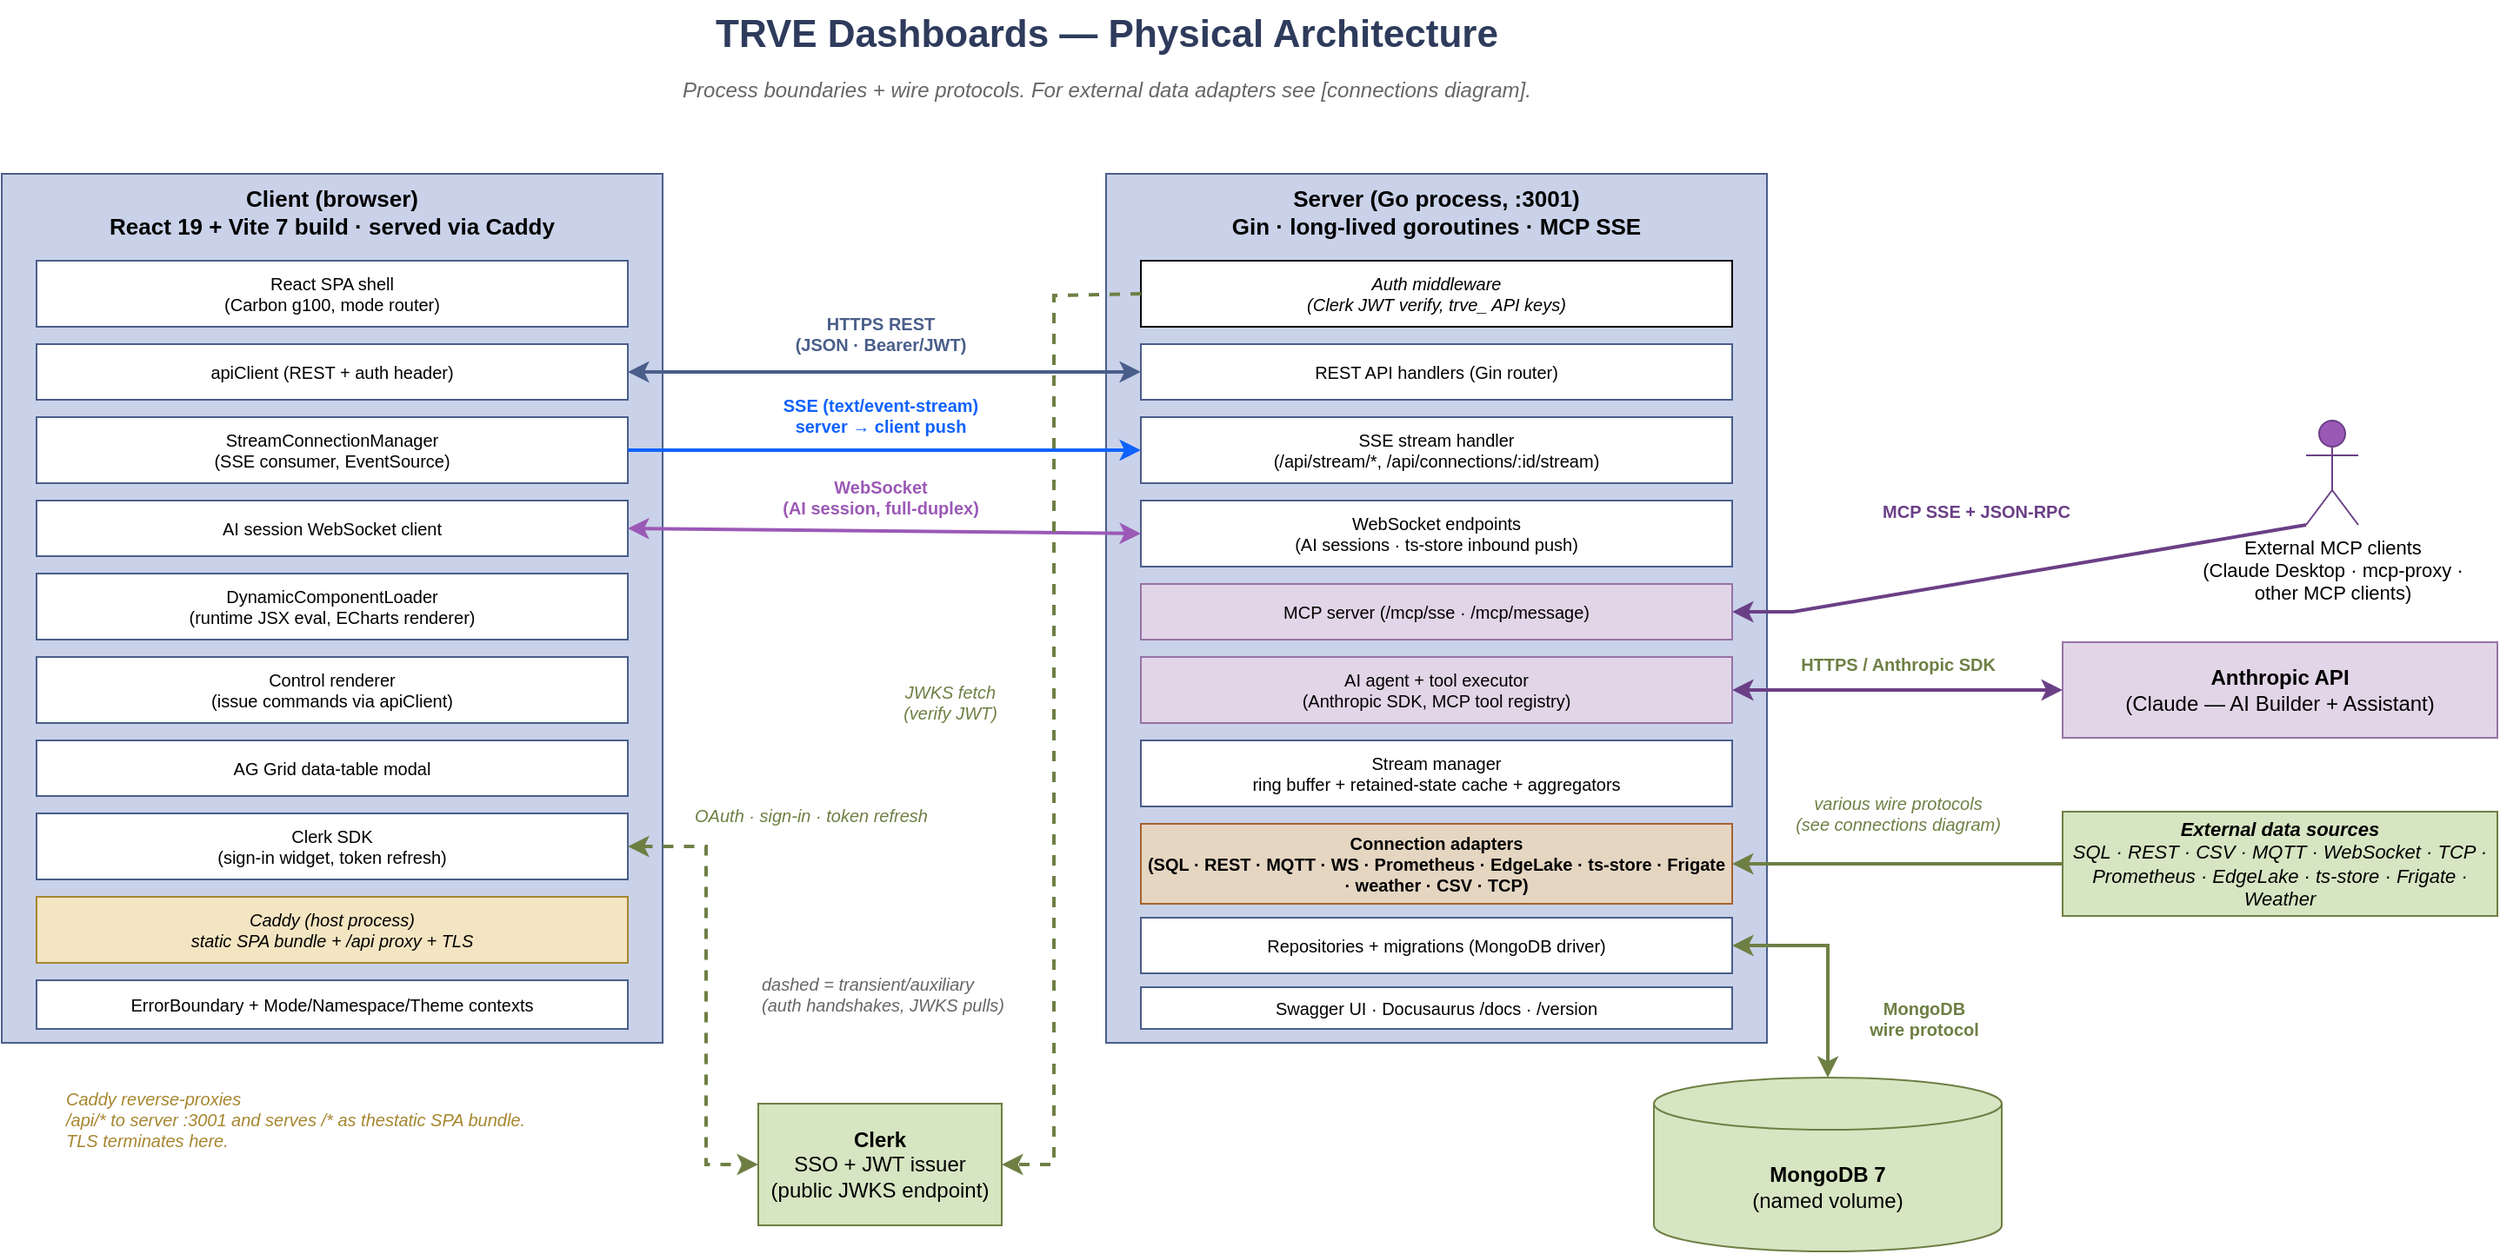
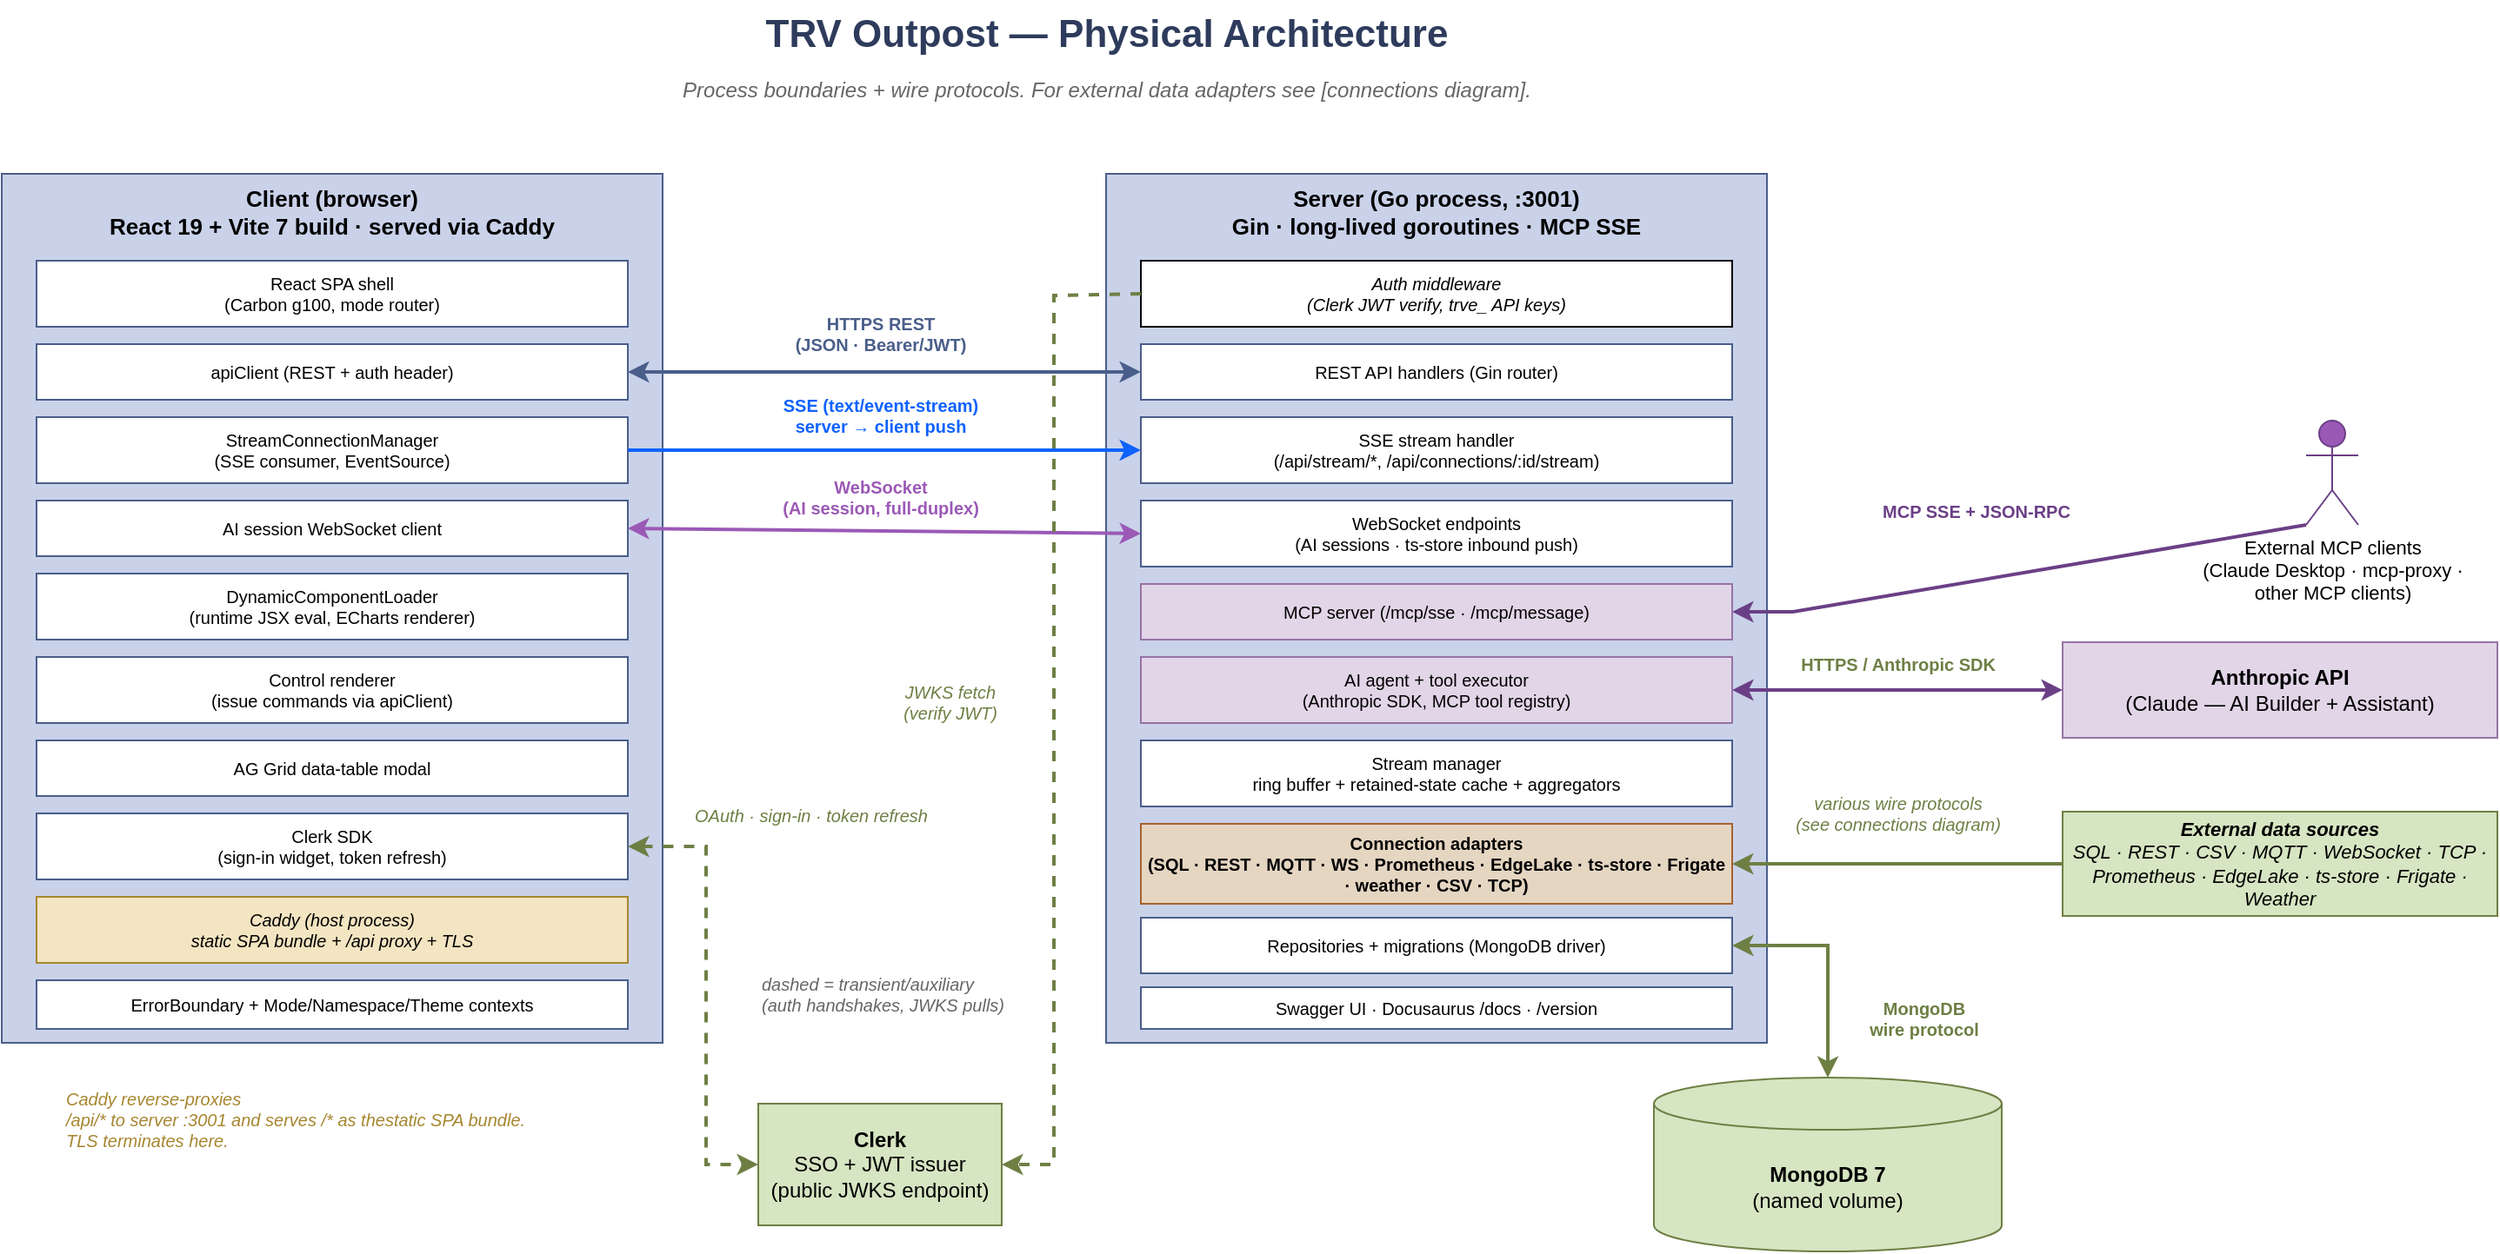
<mxfile host="Electron" modified="2026-05-08T18:44:59.919Z" agent="Mozilla/5.0 (Macintosh; Intel Mac OS X 10_15_7) AppleWebKit/537.36 (KHTML, like Gecko) draw.io/21.3.7 Chrome/112.0.5615.204 Electron/24.5.0 Safari/537.36" version="21.3.7" etag="e5Zm2eatNWb792axoktR" type="device">
  <diagram id="physical-architecture" name="Physical Architecture">
    <mxGraphModel dx="1308" dy="861" grid="1" gridSize="10" guides="1" tooltips="1" connect="1" arrows="0" fold="1" page="1" pageScale="1" pageWidth="1700" pageHeight="1100" background="#FFFFFF" math="0" shadow="0">
      <root>
        <mxCell id="0" />
        <mxCell id="1" parent="0" />
-         <mxCell id="title" value="TRVE Dashboards — Physical Architecture" style="text;html=1;align=center;verticalAlign=middle;fontSize=22;fontStyle=1;fontColor=#2E3B5C;" parent="1" vertex="1">
+         <mxCell id="title" value="TRV Outpost — Physical Architecture" style="text;html=1;align=center;verticalAlign=middle;fontSize=22;fontStyle=1;fontColor=#2E3B5C;" parent="1" vertex="1">
          <mxGeometry x="540" y="30" width="620" height="40" as="geometry" />
        </mxCell>
        <mxCell id="subtitle" value="Process boundaries + wire protocols. For external data adapters see [connections diagram]." style="text;html=1;align=center;verticalAlign=middle;fontSize=12;fontStyle=2;fontColor=#666666;" parent="1" vertex="1">
          <mxGeometry x="500" y="70" width="700" height="24" as="geometry" />
        </mxCell>
        <mxCell id="ext-data" value="&lt;b&gt;External data sources&lt;/b&gt;&lt;br&gt;SQL · REST · CSV · MQTT · WebSocket · TCP · Prometheus · EdgeLake · ts-store · Frigate · Weather" style="rounded=0;whiteSpace=wrap;html=1;fillColor=#D6E5C2;strokeColor=#6E7F44;fontSize=11;fontStyle=2;verticalAlign=middle;align=center;" parent="1" vertex="1">
          <mxGeometry x="1400" y="497" width="250" height="60" as="geometry" />
        </mxCell>
        <mxCell id="client-shell" value="Client (browser)&#xa;React 19 + Vite 7 build · served via Caddy" style="rounded=0;whiteSpace=wrap;html=1;fillColor=#C9D2E9;strokeColor=#4A5E8A;fontSize=13;fontStyle=1;verticalAlign=top;" parent="1" vertex="1">
          <mxGeometry x="215" y="130" width="380" height="500" as="geometry" />
        </mxCell>
        <mxCell id="cli-1" value="React SPA shell&#xa;(Carbon g100, mode router)" style="rounded=0;whiteSpace=wrap;html=1;fillColor=#ffffff;strokeColor=#4A5E8A;fontSize=10;" parent="1" vertex="1">
          <mxGeometry x="235" y="180" width="340" height="38" as="geometry" />
        </mxCell>
        <mxCell id="cli-2" value="apiClient (REST + auth header)" style="rounded=0;whiteSpace=wrap;html=1;fillColor=#ffffff;strokeColor=#4A5E8A;fontSize=10;" parent="1" vertex="1">
          <mxGeometry x="235" y="228" width="340" height="32" as="geometry" />
        </mxCell>
        <mxCell id="cli-3" value="StreamConnectionManager&#xa;(SSE consumer, EventSource)" style="rounded=0;whiteSpace=wrap;html=1;fillColor=#ffffff;strokeColor=#4A5E8A;fontSize=10;" parent="1" vertex="1">
          <mxGeometry x="235" y="270" width="340" height="38" as="geometry" />
        </mxCell>
        <mxCell id="cli-4" value="AI session WebSocket client" style="rounded=0;whiteSpace=wrap;html=1;fillColor=#ffffff;strokeColor=#4A5E8A;fontSize=10;" parent="1" vertex="1">
          <mxGeometry x="235" y="318" width="340" height="32" as="geometry" />
        </mxCell>
        <mxCell id="cli-5" value="DynamicComponentLoader&#xa;(runtime JSX eval, ECharts renderer)" style="rounded=0;whiteSpace=wrap;html=1;fillColor=#ffffff;strokeColor=#4A5E8A;fontSize=10;" parent="1" vertex="1">
          <mxGeometry x="235" y="360" width="340" height="38" as="geometry" />
        </mxCell>
        <mxCell id="cli-6" value="Control renderer&#xa;(issue commands via apiClient)" style="rounded=0;whiteSpace=wrap;html=1;fillColor=#ffffff;strokeColor=#4A5E8A;fontSize=10;" parent="1" vertex="1">
          <mxGeometry x="235" y="408" width="340" height="38" as="geometry" />
        </mxCell>
        <mxCell id="cli-7" value="AG Grid data-table modal" style="rounded=0;whiteSpace=wrap;html=1;fillColor=#ffffff;strokeColor=#4A5E8A;fontSize=10;" parent="1" vertex="1">
          <mxGeometry x="235" y="456" width="340" height="32" as="geometry" />
        </mxCell>
        <mxCell id="cli-8" value="Clerk SDK&#xa;(sign-in widget, token refresh)" style="rounded=0;whiteSpace=wrap;html=1;fillColor=#ffffff;strokeColor=#4A5E8A;fontSize=10;" parent="1" vertex="1">
          <mxGeometry x="235" y="498" width="340" height="38" as="geometry" />
        </mxCell>
        <mxCell id="cli-9" value="Caddy (host process)&#xa;static SPA bundle + /api proxy + TLS" style="rounded=0;whiteSpace=wrap;html=1;fillColor=#F4E5C2;strokeColor=#A6862F;fontSize=10;fontStyle=2;" parent="1" vertex="1">
          <mxGeometry x="235" y="546" width="340" height="38" as="geometry" />
        </mxCell>
        <mxCell id="cli-10" value="ErrorBoundary + Mode/Namespace/Theme contexts" style="rounded=0;whiteSpace=wrap;html=1;fillColor=#ffffff;strokeColor=#4A5E8A;fontSize=10;" parent="1" vertex="1">
          <mxGeometry x="235" y="594" width="340" height="28" as="geometry" />
        </mxCell>
        <mxCell id="server-shell" value="Server (Go process, :3001)&#xa;Gin · long-lived goroutines · MCP SSE" style="rounded=0;whiteSpace=wrap;html=1;fillColor=#C9D2E9;strokeColor=#4A5E8A;fontSize=13;fontStyle=1;verticalAlign=top;" parent="1" vertex="1">
          <mxGeometry x="850" y="130" width="380" height="500" as="geometry" />
        </mxCell>
        <mxCell id="srv-1" value="Auth middleware&#xa;(Clerk JWT verify, trve_ API keys)" style="rounded=0;whiteSpace=wrap;html=1;fontSize=10;fontStyle=2;" parent="1" vertex="1">
          <mxGeometry x="870" y="180" width="340" height="38" as="geometry" />
        </mxCell>
        <mxCell id="srv-2" value="REST API handlers (Gin router)" style="rounded=0;whiteSpace=wrap;html=1;fillColor=#ffffff;strokeColor=#4A5E8A;fontSize=10;" parent="1" vertex="1">
          <mxGeometry x="870" y="228" width="340" height="32" as="geometry" />
        </mxCell>
        <mxCell id="srv-3" value="SSE stream handler&#xa;(/api/stream/*, /api/connections/:id/stream)" style="rounded=0;whiteSpace=wrap;html=1;fillColor=#ffffff;strokeColor=#4A5E8A;fontSize=10;" parent="1" vertex="1">
          <mxGeometry x="870" y="270" width="340" height="38" as="geometry" />
        </mxCell>
        <mxCell id="srv-4" value="WebSocket endpoints&#xa;(AI sessions · ts-store inbound push)" style="rounded=0;whiteSpace=wrap;html=1;fillColor=#ffffff;strokeColor=#4A5E8A;fontSize=10;" parent="1" vertex="1">
          <mxGeometry x="870" y="318" width="340" height="38" as="geometry" />
        </mxCell>
        <mxCell id="srv-5" value="MCP server (/mcp/sse · /mcp/message)" style="rounded=0;whiteSpace=wrap;html=1;fillColor=#e1d5e7;strokeColor=#9673a6;fontSize=10;" parent="1" vertex="1">
          <mxGeometry x="870" y="366" width="340" height="32" as="geometry" />
        </mxCell>
        <mxCell id="srv-6" value="Stream manager&#xa;ring buffer + retained-state cache + aggregators" style="rounded=0;whiteSpace=wrap;html=1;fillColor=#ffffff;strokeColor=#4A5E8A;fontSize=10;" parent="1" vertex="1">
          <mxGeometry x="870" y="456" width="340" height="38" as="geometry" />
        </mxCell>
        <mxCell id="srv-7" value="AI agent + tool executor&#xa;(Anthropic SDK, MCP tool registry)" style="rounded=0;whiteSpace=wrap;html=1;fillColor=#e1d5e7;strokeColor=#9673a6;fontSize=10;" parent="1" vertex="1">
          <mxGeometry x="870" y="408" width="340" height="38" as="geometry" />
        </mxCell>
        <mxCell id="srv-8" value="Connection adapters&#xa;(SQL · REST · MQTT · WS · Prometheus · EdgeLake · ts-store · Frigate · weather · CSV · TCP)" style="rounded=0;whiteSpace=wrap;html=1;fillColor=#E5D6C2;strokeColor=#A6622F;fontSize=10;fontStyle=1;" parent="1" vertex="1">
          <mxGeometry x="870" y="504" width="340" height="46" as="geometry" />
        </mxCell>
        <mxCell id="srv-9" value="Repositories + migrations (MongoDB driver)" style="rounded=0;whiteSpace=wrap;html=1;fillColor=#ffffff;strokeColor=#4A5E8A;fontSize=10;" parent="1" vertex="1">
          <mxGeometry x="870" y="558" width="340" height="32" as="geometry" />
        </mxCell>
        <mxCell id="srv-10" value="Swagger UI · Docusaurus /docs · /version" style="rounded=0;whiteSpace=wrap;html=1;fillColor=#ffffff;strokeColor=#4A5E8A;fontSize=10;" parent="1" vertex="1">
          <mxGeometry x="870" y="598" width="340" height="24" as="geometry" />
        </mxCell>
        <mxCell id="ext-mongo" value="MongoDB 7&lt;br&gt;&lt;span style=&quot;font-weight: normal;&quot;&gt;(named volume)&lt;/span&gt;" style="shape=cylinder3;whiteSpace=wrap;html=1;boundedLbl=1;backgroundOutline=1;size=15;fillColor=#D6E5C2;strokeColor=#6E7F44;fontSize=12;fontStyle=1;" parent="1" vertex="1">
          <mxGeometry x="1165" y="650" width="200" height="100" as="geometry" />
        </mxCell>
        <mxCell id="ext-clerk" value="Clerk&lt;br&gt;&lt;span style=&quot;font-weight: normal;&quot;&gt;SSO + JWT issuer&lt;br&gt;(public JWKS endpoint)&lt;/span&gt;" style="rounded=0;whiteSpace=wrap;html=1;fillColor=#D6E5C2;strokeColor=#6E7F44;fontSize=12;fontStyle=1;" parent="1" vertex="1">
          <mxGeometry x="650" y="665" width="140" height="70" as="geometry" />
        </mxCell>
        <mxCell id="ext-anthropic" value="Anthropic API&lt;br&gt;&lt;span style=&quot;font-weight: normal;&quot;&gt;(Claude — AI Builder + Assistant)&lt;/span&gt;" style="rounded=0;whiteSpace=wrap;html=1;fillColor=#e1d5e7;strokeColor=#9673a6;fontSize=12;fontStyle=1;" parent="1" vertex="1">
          <mxGeometry x="1400" y="399.5" width="250" height="55" as="geometry" />
        </mxCell>
        <mxCell id="wire-extdata" style="endArrow=classic;html=1;rounded=0;exitX=0;exitY=0.5;exitDx=0;exitDy=0;entryX=1;entryY=0.5;entryDx=0;entryDy=0;strokeColor=#6E7F44;strokeWidth=2;" parent="1" source="ext-data" target="srv-8" edge="1">
          <mxGeometry relative="1" as="geometry" />
        </mxCell>
        <mxCell id="wire-extdata-label" value="various wire protocols&#xa;(see connections diagram)" style="text;html=1;align=center;fontSize=10;fontColor=#6E7F44;fontStyle=2;" parent="1" vertex="1">
          <mxGeometry x="1205" y="480" width="200" height="34" as="geometry" />
        </mxCell>
        <mxCell id="wire-rest" style="endArrow=classic;startArrow=classic;html=1;rounded=0;exitX=1;exitY=0.5;exitDx=0;exitDy=0;entryX=0;entryY=0.5;entryDx=0;entryDy=0;strokeColor=#4A5E8A;strokeWidth=2;" parent="1" source="cli-2" target="srv-2" edge="1">
          <mxGeometry relative="1" as="geometry" />
        </mxCell>
        <mxCell id="wire-rest-label" value="HTTPS REST&#xa;(JSON · Bearer/JWT)" style="text;html=1;align=center;fontSize=10;fontColor=#4A5E8A;fontStyle=1;" parent="1" vertex="1">
          <mxGeometry x="640" y="204" width="160" height="34" as="geometry" />
        </mxCell>
        <mxCell id="wire-sse" style="endArrow=classic;html=1;rounded=0;exitX=1;exitY=0.5;exitDx=0;exitDy=0;entryX=0;entryY=0.5;entryDx=0;entryDy=0;strokeColor=#0F62FE;strokeWidth=2;dashed=0;" parent="1" source="cli-3" target="srv-3" edge="1">
          <mxGeometry relative="1" as="geometry" />
        </mxCell>
        <mxCell id="wire-sse-label" value="SSE (text/event-stream)&#xa;server → client push" style="text;html=1;align=center;fontSize=10;fontColor=#0F62FE;fontStyle=1;" parent="1" vertex="1">
          <mxGeometry x="640" y="251" width="160" height="34" as="geometry" />
        </mxCell>
        <mxCell id="wire-ws" style="endArrow=classic;startArrow=classic;html=1;rounded=0;exitX=1;exitY=0.5;exitDx=0;exitDy=0;entryX=0;entryY=0.5;entryDx=0;entryDy=0;strokeColor=#9B59B6;strokeWidth=2;" parent="1" source="cli-4" target="srv-4" edge="1">
          <mxGeometry relative="1" as="geometry" />
        </mxCell>
        <mxCell id="wire-ws-label" value="WebSocket&#xa;(AI session, full-duplex)" style="text;html=1;align=center;fontSize=10;fontColor=#9B59B6;fontStyle=1;" parent="1" vertex="1">
          <mxGeometry x="640" y="298" width="160" height="34" as="geometry" />
        </mxCell>
        <mxCell id="ext-mcp" value="External MCP clients&#xa;(Claude Desktop · mcp-proxy ·&#xa;other MCP clients)" style="shape=umlActor;verticalLabelPosition=bottom;labelBackgroundColor=#ffffff;verticalAlign=top;html=1;fontSize=11;fillColor=#9B59B6;strokeColor=#6B3F86;" parent="1" vertex="1">
          <mxGeometry x="1540" y="272" width="30" height="60" as="geometry" />
        </mxCell>
        <mxCell id="wire-mcp" style="endArrow=classic;html=1;rounded=0;exitX=0;exitY=1;exitDx=0;exitDy=0;entryX=1;entryY=0.5;entryDx=0;entryDy=0;strokeColor=#6B3F86;strokeWidth=2;" parent="1" source="ext-mcp" target="srv-5" edge="1">
          <mxGeometry relative="1" as="geometry">
            <Array as="points">
              <mxPoint x="1245" y="382" />
            </Array>
          </mxGeometry>
        </mxCell>
        <mxCell id="wire-mcp-label" value="MCP SSE + JSON-RPC" style="text;html=1;align=center;fontSize=10;fontColor=#6B3F86;fontStyle=1;" parent="1" vertex="1">
          <mxGeometry x="1260" y="312" width="180" height="20" as="geometry" />
        </mxCell>
        <mxCell id="wire-mongo" style="endArrow=classic;startArrow=classic;html=1;rounded=0;exitX=1;exitY=0.5;exitDx=0;exitDy=0;strokeColor=#6E7F44;strokeWidth=2;entryX=0.5;entryY=0;entryDx=0;entryDy=0;entryPerimeter=0;" parent="1" source="srv-9" target="ext-mongo" edge="1">
          <mxGeometry relative="1" as="geometry">
            <Array as="points">
              <mxPoint x="1265" y="574" />
            </Array>
            <mxPoint x="1250" y="780" as="targetPoint" />
          </mxGeometry>
        </mxCell>
        <mxCell id="wire-mongo-label" value="MongoDB &lt;br&gt;wire protocol" style="text;html=1;align=center;fontSize=10;fontColor=#6E7F44;fontStyle=1;" parent="1" vertex="1">
          <mxGeometry x="1280" y="598" width="80" height="38" as="geometry" />
        </mxCell>
        <mxCell id="wire-clerk-srv" style="endArrow=classic;html=1;rounded=0;exitX=0;exitY=0.5;exitDx=0;exitDy=0;entryX=1;entryY=0.5;entryDx=0;entryDy=0;strokeColor=#6E7F44;strokeWidth=2;dashed=1;" parent="1" source="srv-1" target="ext-clerk" edge="1">
          <mxGeometry relative="1" as="geometry">
            <Array as="points">
              <mxPoint x="820" y="200" />
              <mxPoint x="820" y="700" />
            </Array>
          </mxGeometry>
        </mxCell>
        <mxCell id="wire-clerk-srv-label" value="JWKS fetch&#xa;(verify JWT)" style="text;html=1;align=center;fontSize=10;fontColor=#6E7F44;fontStyle=2;" parent="1" vertex="1">
          <mxGeometry x="710" y="416" width="100" height="30" as="geometry" />
        </mxCell>
        <mxCell id="wire-clerk-cli" style="endArrow=classic;startArrow=classic;html=1;rounded=0;exitX=1;exitY=0.5;exitDx=0;exitDy=0;entryX=0;entryY=0.5;entryDx=0;entryDy=0;strokeColor=#6E7F44;strokeWidth=2;dashed=1;" parent="1" source="cli-8" target="ext-clerk" edge="1">
          <mxGeometry relative="1" as="geometry">
            <Array as="points">
              <mxPoint x="620" y="517" />
              <mxPoint x="620" y="700" />
            </Array>
          </mxGeometry>
        </mxCell>
        <mxCell id="wire-clerk-cli-label" value="OAuth · sign-in · token refresh" style="text;html=1;align=center;fontSize=10;fontColor=#6E7F44;fontStyle=2;" parent="1" vertex="1">
          <mxGeometry x="570" y="487" width="220" height="20" as="geometry" />
        </mxCell>
        <mxCell id="wire-anthropic" style="endArrow=classic;startArrow=classic;html=1;rounded=0;exitX=1;exitY=0.5;exitDx=0;exitDy=0;entryX=0;entryY=0.5;entryDx=0;entryDy=0;strokeColor=#6B3F86;strokeWidth=2;fillColor=#e1d5e7;" parent="1" source="srv-7" target="ext-anthropic" edge="1">
          <mxGeometry relative="1" as="geometry" />
        </mxCell>
        <mxCell id="wire-anthropic-label" value="HTTPS / Anthropic SDK" style="text;html=1;align=center;fontSize=10;fontColor=#6E7F44;fontStyle=1;" parent="1" vertex="1">
          <mxGeometry x="1235" y="399.5" width="140" height="20" as="geometry" />
        </mxCell>
        <mxCell id="caddy-note" value="Caddy reverse-proxies&lt;br&gt;/api/* to server :3001 and serves /* as thestatic SPA bundle.&lt;br&gt;TLS terminates here." style="text;html=1;align=left;fontSize=10;fontStyle=2;fontColor=#A6862F;" parent="1" vertex="1">
          <mxGeometry x="250" y="650" width="240" height="60" as="geometry" />
        </mxCell>
        <mxCell id="legend-dashed" value="dashed = transient/auxiliary &lt;br&gt;(auth handshakes, JWKS pulls)" style="text;html=1;align=left;fontSize=10;fontColor=#666666;fontStyle=2;" parent="1" vertex="1">
          <mxGeometry x="650" y="584" width="140" height="34" as="geometry" />
        </mxCell>
      </root>
    </mxGraphModel>
  </diagram>
</mxfile>
